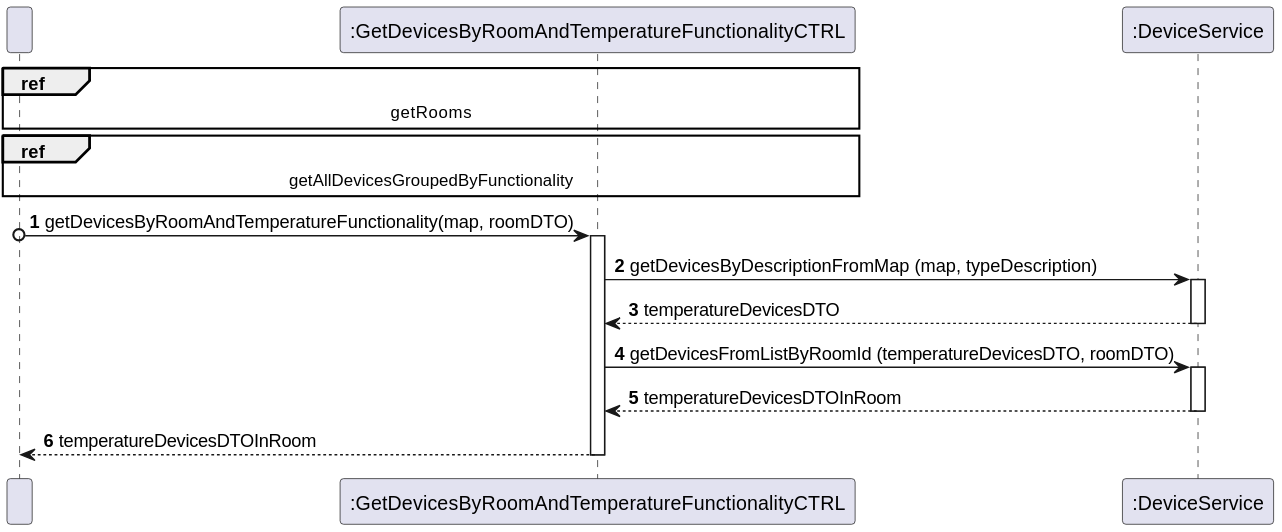
The PlantUML diagram docs/useCases/uc12_toGetDevicesByRoomAndTemperatureFunctionality/artifacts/uc12_SD.svg in olivDiogo/SmartHome, before a commit.
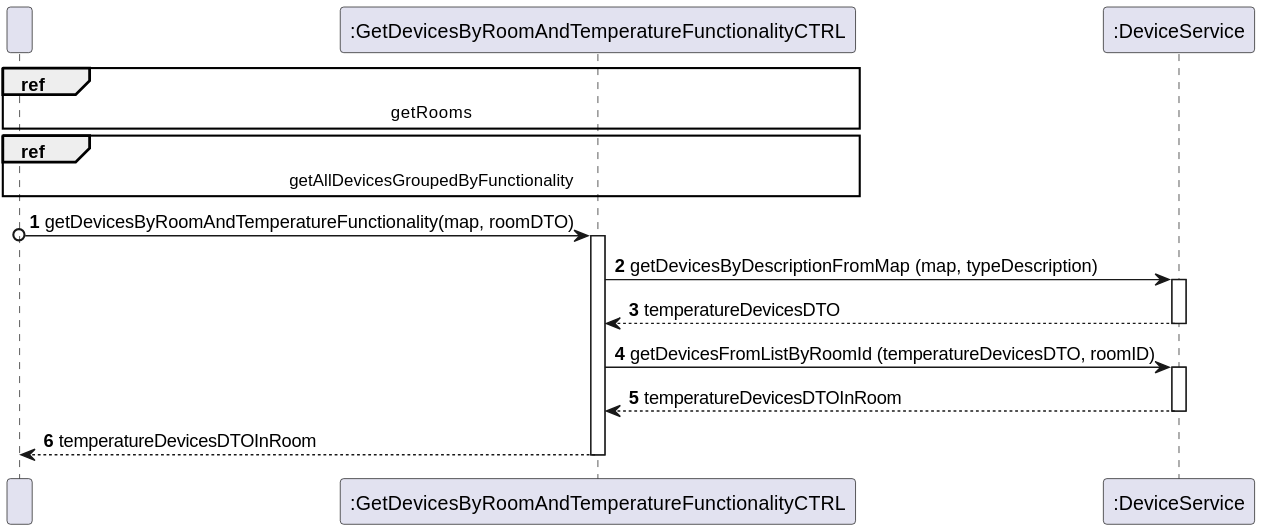
After the change.

Commit message:
docs: minor fix to UC12 Sequence Diagram - #397

What changed in the source:
```diff
@@ -22,7 +22,7 @@
 
 deactivate Service
 
-Controller -> Service: getDevicesFromListByRoomId (temperatureDevicesDTO, roomDTO)
+Controller -> Service: getDevicesFromListByRoomId (temperatureDevicesDTO, roomID)
 
 activate Service
 
```
